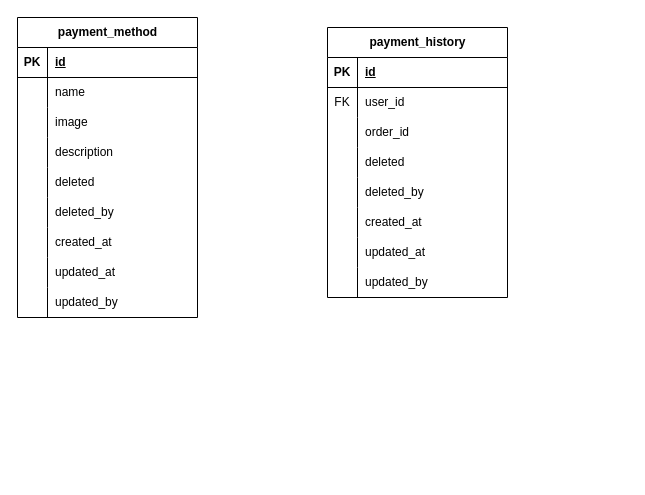
Before: PaymentService.drawio in HongSon04/PaymentService-ERD, a draw.io diagram. Source tidied: cells renumbered, new cells numbered last; positions are measured from the earlier drawing's top-left corner, leaving out a move shared by most shapes. Both pictures are drawn from the tidied source at 100%, with x=0, y=0 at pixel (17, 17).
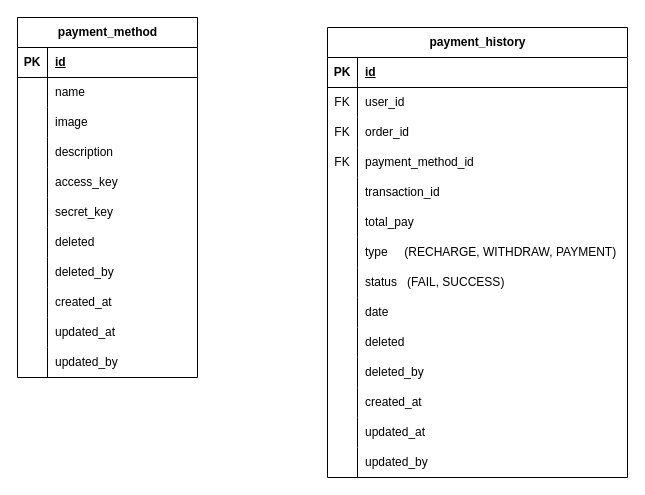
The same diagram, later.

Commit message:
Cập nhật PaymentService.drawio

Change to the diagram source:
```diff
@@
     <mxCell id="2" value="payment_method" style="shape=table;startSize=30;childLayout=tableLayout;rowLines=0;fontStyle=1;align=center;html=1;" parent="1" vertex="1">
-      <mxGeometry width="180" height="300" as="geometry" />
+      <mxGeometry width="180" height="360" as="geometry" />
     </mxCell>
@@
+    <mxCell id="55" style="shape=tableRow;horizontal=0;startSize=0;swimlaneHead=0;swimlaneBody=0;fillColor=none;top=0;left=0;right=0;bottom=0;" parent="2" vertex="1">
+      <mxGeometry y="150" width="180" height="30" as="geometry" />
+    </mxCell>
+    <mxCell id="56" style="shape=partialRectangle;fillColor=none;top=0;left=0;bottom=0;right=0;overflow=hidden;whiteSpace=wrap;html=1;" parent="55" vertex="1">
+      <mxGeometry width="30" height="30" as="geometry" />
+    </mxCell>
+    <mxCell id="57" value="access_key" style="shape=partialRectangle;fillColor=none;top=0;left=0;bottom=0;right=0;align=left;spacingLeft=6;overflow=hidden;whiteSpace=wrap;html=1;" parent="55" vertex="1">
+      <mxGeometry x="30" width="150" height="30" as="geometry" />
+    </mxCell>
+    <mxCell id="58" style="shape=tableRow;horizontal=0;startSize=0;swimlaneHead=0;swimlaneBody=0;fillColor=none;top=0;left=0;right=0;bottom=0;" parent="2" vertex="1">
+      <mxGeometry y="180" width="180" height="30" as="geometry" />
+    </mxCell>
+    <mxCell id="59" style="shape=partialRectangle;fillColor=none;top=0;left=0;bottom=0;right=0;overflow=hidden;whiteSpace=wrap;html=1;" parent="58" vertex="1">
+      <mxGeometry width="30" height="30" as="geometry" />
+    </mxCell>
+    <mxCell id="60" value="secret_key" style="shape=partialRectangle;fillColor=none;top=0;left=0;bottom=0;right=0;align=left;spacingLeft=6;overflow=hidden;whiteSpace=wrap;html=1;" parent="58" vertex="1">
+      <mxGeometry x="30" width="150" height="30" as="geometry" />
+    </mxCell>
     <mxCell id="15" style="shape=tableRow;horizontal=0;startSize=0;swimlaneHead=0;swimlaneBody=0;fillColor=none;top=0;left=0;right=0;bottom=0;" parent="2" vertex="1">
-      <mxGeometry y="150" width="180" height="30" as="geometry" />
+      <mxGeometry y="210" width="180" height="30" as="geometry" />
     </mxCell>
@@
     <mxCell id="18" style="shape=tableRow;horizontal=0;startSize=0;swimlaneHead=0;swimlaneBody=0;fillColor=none;top=0;left=0;right=0;bottom=0;" parent="2" vertex="1">
-      <mxGeometry y="180" width="180" height="30" as="geometry" />
+      <mxGeometry y="240" width="180" height="30" as="geometry" />
     </mxCell>
@@
     <mxCell id="21" style="shape=tableRow;horizontal=0;startSize=0;swimlaneHead=0;swimlaneBody=0;fillColor=none;top=0;left=0;right=0;bottom=0;" parent="2" vertex="1">
-      <mxGeometry y="210" width="180" height="30" as="geometry" />
+      <mxGeometry y="270" width="180" height="30" as="geometry" />
     </mxCell>
@@
     <mxCell id="24" style="shape=tableRow;horizontal=0;startSize=0;swimlaneHead=0;swimlaneBody=0;fillColor=none;top=0;left=0;right=0;bottom=0;" parent="2" vertex="1">
-      <mxGeometry y="240" width="180" height="30" as="geometry" />
+      <mxGeometry y="300" width="180" height="30" as="geometry" />
     </mxCell>
@@
     <mxCell id="27" style="shape=tableRow;horizontal=0;startSize=0;swimlaneHead=0;swimlaneBody=0;fillColor=none;top=0;left=0;right=0;bottom=0;" parent="2" vertex="1">
-      <mxGeometry y="270" width="180" height="30" as="geometry" />
+      <mxGeometry y="330" width="180" height="30" as="geometry" />
     </mxCell>
@@
     <mxCell id="30" value="payment_history" style="shape=table;startSize=30;childLayout=tableLayout;rowLines=0;fontStyle=1;align=center;html=1;" parent="1" vertex="1">
-      <mxGeometry x="310" y="10" width="180" height="270" as="geometry" />
+      <mxGeometry x="310" y="10" width="300" height="450" as="geometry" />
     </mxCell>
     <mxCell id="31" style="shape=tableRow;horizontal=0;startSize=0;swimlaneHead=0;swimlaneBody=0;fillColor=none;top=0;left=0;right=0;bottom=1;" parent="30" vertex="1">
-      <mxGeometry y="30" width="180" height="30" as="geometry" />
+      <mxGeometry y="30" width="300" height="30" as="geometry" />
     </mxCell>
@@
     <mxCell id="33" value="id" style="shape=partialRectangle;fillColor=none;top=0;left=0;bottom=0;right=0;align=left;spacingLeft=6;fontStyle=5;overflow=hidden;whiteSpace=wrap;html=1;" parent="31" vertex="1">
-      <mxGeometry x="30" width="150" height="30" as="geometry" />
+      <mxGeometry x="30" width="270" height="30" as="geometry" />
     </mxCell>
     <mxCell id="34" style="shape=tableRow;horizontal=0;startSize=0;swimlaneHead=0;swimlaneBody=0;fillColor=none;top=0;left=0;right=0;bottom=0;" parent="30" vertex="1">
-      <mxGeometry y="60" width="180" height="30" as="geometry" />
+      <mxGeometry y="60" width="300" height="30" as="geometry" />
     </mxCell>
@@
     <mxCell id="36" value="user_id" style="shape=partialRectangle;fillColor=none;top=0;left=0;bottom=0;right=0;align=left;spacingLeft=6;overflow=hidden;whiteSpace=wrap;html=1;" parent="34" vertex="1">
-      <mxGeometry x="30" width="150" height="30" as="geometry" />
+      <mxGeometry x="30" width="270" height="30" as="geometry" />
     </mxCell>
     <mxCell id="37" style="shape=tableRow;horizontal=0;startSize=0;swimlaneHead=0;swimlaneBody=0;fillColor=none;top=0;left=0;right=0;bottom=0;" parent="30" vertex="1">
-      <mxGeometry y="90" width="180" height="30" as="geometry" />
+      <mxGeometry y="90" width="300" height="30" as="geometry" />
     </mxCell>
-    <mxCell id="38" style="shape=partialRectangle;fillColor=none;top=0;left=0;bottom=0;right=0;overflow=hidden;whiteSpace=wrap;html=1;" parent="37" vertex="1">
+    <mxCell id="38" value="FK" style="shape=partialRectangle;fillColor=none;top=0;left=0;bottom=0;right=0;overflow=hidden;whiteSpace=wrap;html=1;" parent="37" vertex="1">
       <mxGeometry width="30" height="30" as="geometry" />
     </mxCell>
     <mxCell id="39" value="order_id" style="shape=partialRectangle;fillColor=none;top=0;left=0;bottom=0;right=0;align=left;spacingLeft=6;overflow=hidden;whiteSpace=wrap;html=1;" parent="37" vertex="1">
-      <mxGeometry x="30" width="150" height="30" as="geometry" />
+      <mxGeometry x="30" width="270" height="30" as="geometry" />
     </mxCell>
+    <mxCell id="61" style="shape=tableRow;horizontal=0;startSize=0;swimlaneHead=0;swimlaneBody=0;fillColor=none;top=0;left=0;right=0;bottom=0;" parent="30" vertex="1">
+      <mxGeometry y="120" width="300" height="30" as="geometry" />
+    </mxCell>
+    <mxCell id="62" value="FK" style="shape=partialRectangle;fillColor=none;top=0;left=0;bottom=0;right=0;overflow=hidden;whiteSpace=wrap;html=1;" parent="61" vertex="1">
+      <mxGeometry width="30" height="30" as="geometry" />
+    </mxCell>
+    <mxCell id="63" value="payment_method_id" style="shape=partialRectangle;fillColor=none;top=0;left=0;bottom=0;right=0;align=left;spacingLeft=6;overflow=hidden;whiteSpace=wrap;html=1;" parent="61" vertex="1">
+      <mxGeometry x="30" width="270" height="30" as="geometry" />
+    </mxCell>
+    <mxCell id="64" style="shape=tableRow;horizontal=0;startSize=0;swimlaneHead=0;swimlaneBody=0;fillColor=none;top=0;left=0;right=0;bottom=0;" parent="30" vertex="1">
+      <mxGeometry y="150" width="300" height="30" as="geometry" />
+    </mxCell>
+    <mxCell id="65" style="shape=partialRectangle;fillColor=none;top=0;left=0;bottom=0;right=0;overflow=hidden;whiteSpace=wrap;html=1;" parent="64" vertex="1">
+      <mxGeometry width="30" height="30" as="geometry" />
+    </mxCell>
+    <mxCell id="66" value="transaction_id" style="shape=partialRectangle;fillColor=none;top=0;left=0;bottom=0;right=0;align=left;spacingLeft=6;overflow=hidden;whiteSpace=wrap;html=1;" parent="64" vertex="1">
+      <mxGeometry x="30" width="270" height="30" as="geometry" />
+    </mxCell>
+    <mxCell id="67" style="shape=tableRow;horizontal=0;startSize=0;swimlaneHead=0;swimlaneBody=0;fillColor=none;top=0;left=0;right=0;bottom=0;" parent="30" vertex="1">
+      <mxGeometry y="180" width="300" height="30" as="geometry" />
+    </mxCell>
+    <mxCell id="68" style="shape=partialRectangle;fillColor=none;top=0;left=0;bottom=0;right=0;overflow=hidden;whiteSpace=wrap;html=1;" parent="67" vertex="1">
+      <mxGeometry width="30" height="30" as="geometry" />
+    </mxCell>
+    <mxCell id="69" value="total_pay" style="shape=partialRectangle;fillColor=none;top=0;left=0;bottom=0;right=0;align=left;spacingLeft=6;overflow=hidden;whiteSpace=wrap;html=1;" parent="67" vertex="1">
+      <mxGeometry x="30" width="270" height="30" as="geometry" />
+    </mxCell>
+    <mxCell id="70" style="shape=tableRow;horizontal=0;startSize=0;swimlaneHead=0;swimlaneBody=0;fillColor=none;top=0;left=0;right=0;bottom=0;" parent="30" vertex="1">
+      <mxGeometry y="210" width="300" height="30" as="geometry" />
+    </mxCell>
+    <mxCell id="71" style="shape=partialRectangle;fillColor=none;top=0;left=0;bottom=0;right=0;overflow=hidden;whiteSpace=wrap;html=1;" parent="70" vertex="1">
+      <mxGeometry width="30" height="30" as="geometry" />
+    </mxCell>
+    <mxCell id="72" value="type&amp;nbsp; &amp;nbsp; &amp;nbsp;(RECHARGE, WITHDRAW, PAYMENT)" style="shape=partialRectangle;fillColor=none;top=0;left=0;bottom=0;right=0;align=left;spacingLeft=6;overflow=hidden;whiteSpace=wrap;html=1;" parent="70" vertex="1">
+      <mxGeometry x="30" width="270" height="30" as="geometry" />
+    </mxCell>
+    <mxCell id="73" style="shape=tableRow;horizontal=0;startSize=0;swimlaneHead=0;swimlaneBody=0;fillColor=none;top=0;left=0;right=0;bottom=0;" parent="30" vertex="1">
+      <mxGeometry y="240" width="300" height="30" as="geometry" />
+    </mxCell>
+    <mxCell id="74" style="shape=partialRectangle;fillColor=none;top=0;left=0;bottom=0;right=0;overflow=hidden;whiteSpace=wrap;html=1;" parent="73" vertex="1">
+      <mxGeometry width="30" height="30" as="geometry" />
+    </mxCell>
+    <mxCell id="75" value="status&amp;nbsp; &amp;nbsp;(FAIL, SUCCESS)" style="shape=partialRectangle;fillColor=none;top=0;left=0;bottom=0;right=0;align=left;spacingLeft=6;overflow=hidden;whiteSpace=wrap;html=1;" parent="73" vertex="1">
+      <mxGeometry x="30" width="270" height="30" as="geometry" />
+    </mxCell>
+    <mxCell id="76" style="shape=tableRow;horizontal=0;startSize=0;swimlaneHead=0;swimlaneBody=0;fillColor=none;top=0;left=0;right=0;bottom=0;" parent="30" vertex="1">
+      <mxGeometry y="270" width="300" height="30" as="geometry" />
+    </mxCell>
+    <mxCell id="77" style="shape=partialRectangle;fillColor=none;top=0;left=0;bottom=0;right=0;overflow=hidden;whiteSpace=wrap;html=1;" parent="76" vertex="1">
+      <mxGeometry width="30" height="30" as="geometry" />
+    </mxCell>
+    <mxCell id="78" value="date" style="shape=partialRectangle;fillColor=none;top=0;left=0;bottom=0;right=0;align=left;spacingLeft=6;overflow=hidden;whiteSpace=wrap;html=1;" parent="76" vertex="1">
+      <mxGeometry x="30" width="270" height="30" as="geometry" />
+    </mxCell>
     <mxCell id="40" style="shape=tableRow;horizontal=0;startSize=0;swimlaneHead=0;swimlaneBody=0;fillColor=none;top=0;left=0;right=0;bottom=0;" parent="30" vertex="1">
-      <mxGeometry y="120" width="180" height="30" as="geometry" />
+      <mxGeometry y="300" width="300" height="30" as="geometry" />
     </mxCell>
@@
     <mxCell id="42" value="deleted" style="shape=partialRectangle;fillColor=none;top=0;left=0;bottom=0;right=0;align=left;spacingLeft=6;overflow=hidden;whiteSpace=wrap;html=1;" parent="40" vertex="1">
-      <mxGeometry x="30" width="150" height="30" as="geometry" />
+      <mxGeometry x="30" width="270" height="30" as="geometry" />
     </mxCell>
     <mxCell id="43" style="shape=tableRow;horizontal=0;startSize=0;swimlaneHead=0;swimlaneBody=0;fillColor=none;top=0;left=0;right=0;bottom=0;" parent="30" vertex="1">
-      <mxGeometry y="150" width="180" height="30" as="geometry" />
+      <mxGeometry y="330" width="300" height="30" as="geometry" />
     </mxCell>
@@
     <mxCell id="45" value="deleted_by" style="shape=partialRectangle;fillColor=none;top=0;left=0;bottom=0;right=0;align=left;spacingLeft=6;overflow=hidden;whiteSpace=wrap;html=1;" parent="43" vertex="1">
-      <mxGeometry x="30" width="150" height="30" as="geometry" />
+      <mxGeometry x="30" width="270" height="30" as="geometry" />
     </mxCell>
     <mxCell id="46" style="shape=tableRow;horizontal=0;startSize=0;swimlaneHead=0;swimlaneBody=0;fillColor=none;top=0;left=0;right=0;bottom=0;" parent="30" vertex="1">
-      <mxGeometry y="180" width="180" height="30" as="geometry" />
+      <mxGeometry y="360" width="300" height="30" as="geometry" />
     </mxCell>
@@
     <mxCell id="48" value="created_at" style="shape=partialRectangle;fillColor=none;top=0;left=0;bottom=0;right=0;align=left;spacingLeft=6;overflow=hidden;whiteSpace=wrap;html=1;" parent="46" vertex="1">
-      <mxGeometry x="30" width="150" height="30" as="geometry" />
+      <mxGeometry x="30" width="270" height="30" as="geometry" />
     </mxCell>
     <mxCell id="49" style="shape=tableRow;horizontal=0;startSize=0;swimlaneHead=0;swimlaneBody=0;fillColor=none;top=0;left=0;right=0;bottom=0;" parent="30" vertex="1">
-      <mxGeometry y="210" width="180" height="30" as="geometry" />
+      <mxGeometry y="390" width="300" height="30" as="geometry" />
     </mxCell>
@@
     <mxCell id="51" value="updated_at" style="shape=partialRectangle;fillColor=none;top=0;left=0;bottom=0;right=0;align=left;spacingLeft=6;overflow=hidden;whiteSpace=wrap;html=1;" parent="49" vertex="1">
-      <mxGeometry x="30" width="150" height="30" as="geometry" />
+      <mxGeometry x="30" width="270" height="30" as="geometry" />
     </mxCell>
     <mxCell id="52" style="shape=tableRow;horizontal=0;startSize=0;swimlaneHead=0;swimlaneBody=0;fillColor=none;top=0;left=0;right=0;bottom=0;" parent="30" vertex="1">
-      <mxGeometry y="240" width="180" height="30" as="geometry" />
+      <mxGeometry y="420" width="300" height="30" as="geometry" />
     </mxCell>
@@
     <mxCell id="54" value="updated_by" style="shape=partialRectangle;fillColor=none;top=0;left=0;bottom=0;right=0;align=left;spacingLeft=6;overflow=hidden;whiteSpace=wrap;html=1;" parent="52" vertex="1">
-      <mxGeometry x="30" width="150" height="30" as="geometry" />
+      <mxGeometry x="30" width="270" height="30" as="geometry" />
     </mxCell>
```
